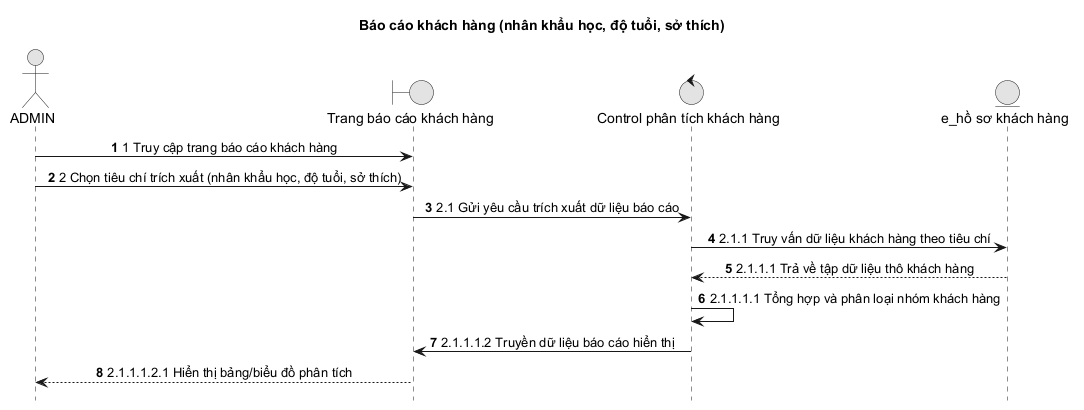
This is docs/diagrams/sequence-new/admin/05-customer-report.png from duygri/do-an-htttdn-crm, a PlantUML export, as it was before one commit.
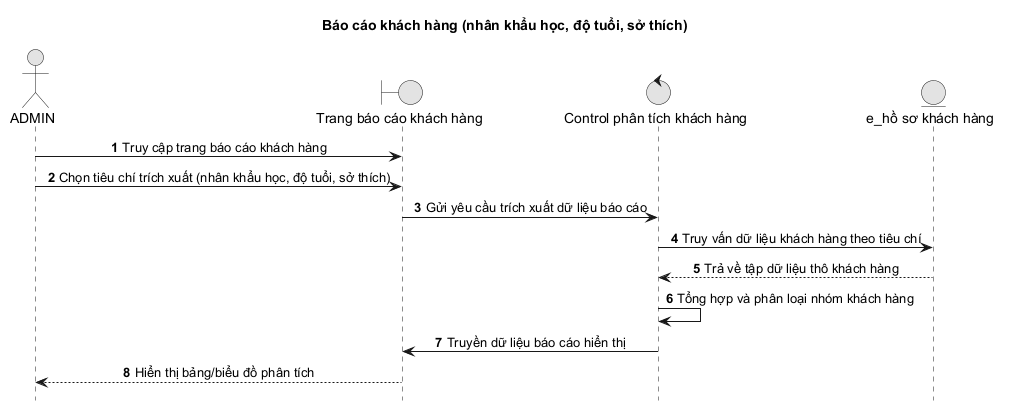
The same file after the commit.

Change to the diagram source:
```diff
@@ -11,12 +11,12 @@
 control "Control phân tích khách hàng" as Control
 entity "e_hồ sơ khách hàng" as Entity
 
-Admin -> Boundary: 1 Truy cập trang báo cáo khách hàng
-Admin -> Boundary: 2 Chọn tiêu chí trích xuất (nhân khẩu học, độ tuổi, sở thích)
-Boundary -> Control: 2.1 Gửi yêu cầu trích xuất dữ liệu báo cáo
-Control -> Entity: 2.1.1 Truy vấn dữ liệu khách hàng theo tiêu chí
-Entity --> Control: 2.1.1.1 Trả về tập dữ liệu thô khách hàng
-Control -> Control: 2.1.1.1.1 Tổng hợp và phân loại nhóm khách hàng
-Control -> Boundary: 2.1.1.1.2 Truyền dữ liệu báo cáo hiển thị
-Boundary --> Admin: 2.1.1.1.2.1 Hiển thị bảng/biểu đồ phân tích
+Admin -> Boundary: Truy cập trang báo cáo khách hàng
+Admin -> Boundary: Chọn tiêu chí trích xuất (nhân khẩu học, độ tuổi, sở thích)
+Boundary -> Control: Gửi yêu cầu trích xuất dữ liệu báo cáo
+Control -> Entity: Truy vấn dữ liệu khách hàng theo tiêu chí
+Entity --> Control: Trả về tập dữ liệu thô khách hàng
+Control -> Control: Tổng hợp và phân loại nhóm khách hàng
+Control -> Boundary: Truyền dữ liệu báo cáo hiển thị
+Boundary --> Admin: Hiển thị bảng/biểu đồ phân tích
 @enduml
```
